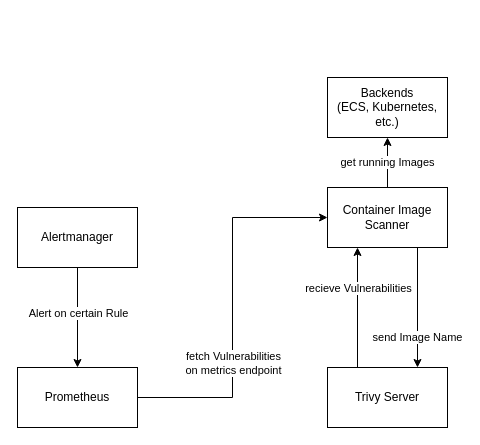
Before: docs/kevo.drawio in hown3d/container-image-scanner, a draw.io diagram. Source tidied: cells renumbered, new cells numbered last; positions are measured from the earlier drawing's top-left corner, leaving out a move shared by most shapes. Both pictures are drawn from the tidied source at 100%, with x=0, y=0 at pixel (17, 77).
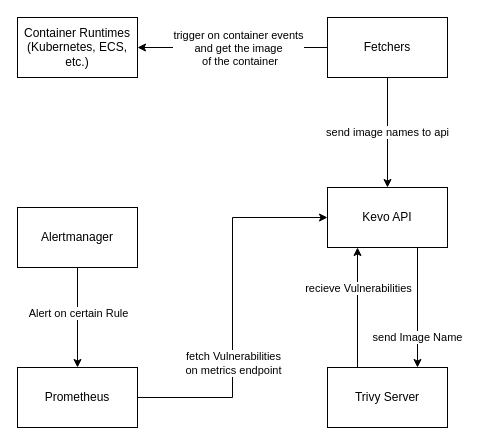
The same diagram, later.

Change to the diagram source:
```diff
@@
-    <mxCell id="5" value="get running Images" style="edgeStyle=orthogonalEdgeStyle;rounded=0;jettySize=auto;html=1;exitX=0.5;exitY=0;exitDx=0;exitDy=0;entryX=0.5;entryY=1;entryDx=0;entryDy=0;labelBackgroundColor=default;fontColor=default;strokeColor=default;" parent="1" edge="1" source="6" target="14">
+    <mxCell id="5" value="send image names to api" style="edgeStyle=orthogonalEdgeStyle;rounded=0;jettySize=auto;html=1;exitX=0.5;exitY=1;exitDx=0;exitDy=0;entryX=0.5;entryY=0;entryDx=0;entryDy=0;labelBackgroundColor=default;fontColor=default;strokeColor=default;" parent="1" edge="1" source="14" target="6">
       <mxGeometry relative="1" as="geometry" />
     </mxCell>
-    <mxCell id="6" value="Container Image Scanner" style="rounded=0;whiteSpace=wrap;html=1;fillColor=default;strokeColor=default;fontColor=default;" parent="1" vertex="1">
+    <mxCell id="6" value="Kevo API" style="rounded=0;whiteSpace=wrap;html=1;fillColor=default;strokeColor=default;fontColor=default;" parent="1" vertex="1">
       <mxGeometry x="310" y="110" width="120" height="60" as="geometry" />
     </mxCell>
@@
+    <mxCell id="15" style="edgeStyle=orthogonalEdgeStyle;rounded=0;jettySize=auto;html=1;entryX=1;entryY=0.5;entryDx=0;entryDy=0;" parent="1" edge="1" source="14" target="17">
+      <mxGeometry relative="1" as="geometry">
+        <Array as="points">
+          <mxPoint x="170" y="-30" />
+          <mxPoint x="170" y="-30" />
+        </Array>
+      </mxGeometry>
+    </mxCell>
+    <mxCell id="16" value="trigger on container events&lt;br&gt;and get the image&lt;br&gt;&amp;nbsp;of the container" style="edgeLabel;html=1;align=center;verticalAlign=middle;" parent="15" vertex="1">
+      <mxGeometry x="0.24" y="-1" relative="1" as="geometry">
+        <mxPoint x="28" y="1" as="offset" />
+      </mxGeometry>
+    </mxCell>
-    <mxCell id="14" value="Backends&lt;br&gt;(ECS, Kubernetes, etc.)" style="rounded=0;whiteSpace=wrap;html=1;labelBackgroundColor=default;fontColor=default;strokeColor=default;fillColor=default;" parent="1" vertex="1">
-      <mxGeometry x="310" width="120" height="60" as="geometry" />
+    <mxCell id="14" value="Fetchers&lt;br&gt;" style="rounded=0;whiteSpace=wrap;html=1;labelBackgroundColor=default;fontColor=default;strokeColor=default;fillColor=default;" parent="1" vertex="1">
+      <mxGeometry x="310" y="-60" width="120" height="60" as="geometry" />
     </mxCell>
+    <mxCell id="17" value="Container Runtimes&lt;br&gt;(Kubernetes, ECS, etc.)" style="rounded=0;whiteSpace=wrap;html=1;" parent="1" vertex="1">
+      <mxGeometry y="-60" width="120" height="60" as="geometry" />
+    </mxCell>
```
